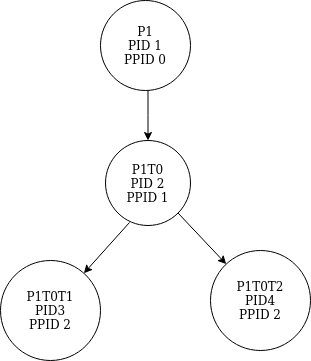
mayank171986/Amazon-Apparel-Recommendation keeps this draw.io diagram as process-tree.png. Above is the earlier version. Source tidied: cells renumbered, new cells last; positions are measured from the earlier drawing's top-left corner, leaving out a move shared by most shapes.
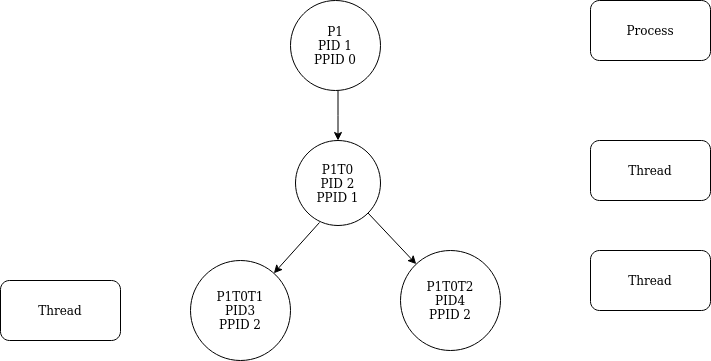
After the commit.

Change to the diagram source:
```diff
@@ -27,5 +27,17 @@
     <mxCell id="8" style="endArrow=classic;html=1;exitX=1;exitY=1;exitDx=0;exitDy=0;" parent="1" edge="1" source="4" target="6">
       <mxGeometry relative="1" as="geometry" />
     </mxCell>
+    <mxCell id="9" value="Process" style="rounded=1;whiteSpace=wrap;html=1;" parent="1" vertex="1">
+      <mxGeometry x="400" width="120" height="60" as="geometry" />
+    </mxCell>
+    <mxCell id="10" value="Thread" style="rounded=1;whiteSpace=wrap;html=1;" parent="1" vertex="1">
+      <mxGeometry x="400" y="140" width="120" height="60" as="geometry" />
+    </mxCell>
+    <mxCell id="11" value="Thread" style="rounded=1;whiteSpace=wrap;html=1;" parent="1" vertex="1">
+      <mxGeometry x="-190" y="280" width="120" height="60" as="geometry" />
+    </mxCell>
+    <mxCell id="12" value="Thread" style="rounded=1;whiteSpace=wrap;html=1;" parent="1" vertex="1">
+      <mxGeometry x="400" y="250" width="120" height="60" as="geometry" />
+    </mxCell>
   </root>
 </mxGraphModel>
```
